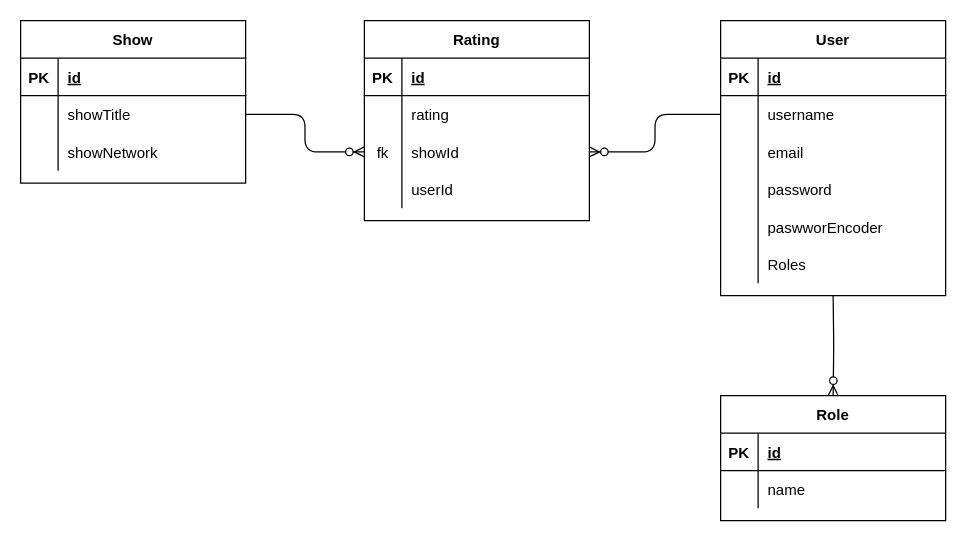
The draw.io diagram diagramaSistemaIMDb.drawio in Rodrigo-Alonso/jfs_M5_SPRING_SistemaIMDb, before the edit. Source tidied: cells renumbered, new cells numbered last; positions are measured from the earlier drawing's top-left corner, leaving out a move shared by most shapes. Both pictures are drawn from the tidied source at 125%, with x=0, y=0 at pixel (20, 20).
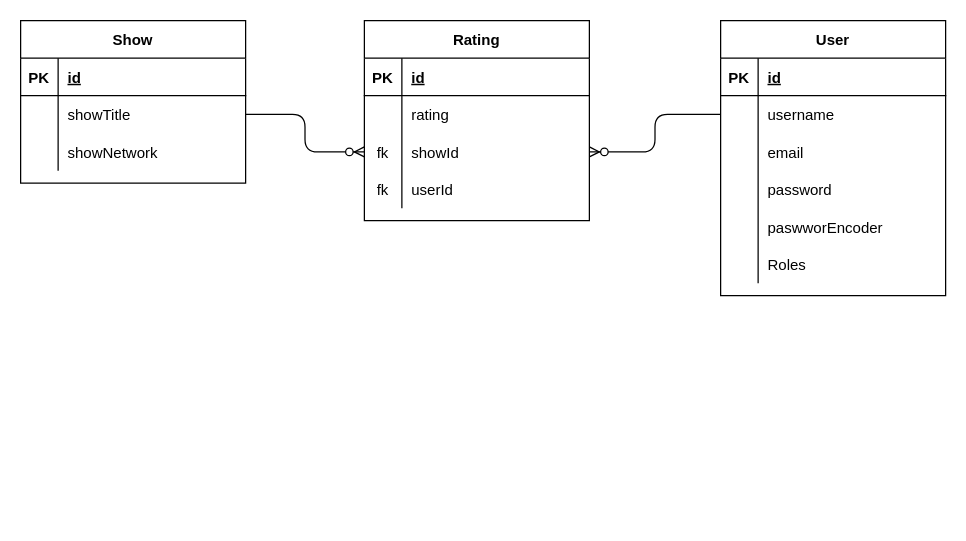
The same page after the edit.

The change refers to these unchanged cells:
```xml
<mxCell id="41" style="shape=partialRectangle;fillColor=none;top=0;left=0;bottom=0;right=0;" parent="31" vertex="1">
  <mxGeometry y="120" width="180" height="30" as="geometry" />
</mxCell>
```

The edit, as a diff of the source:
```diff
@@
-    <mxCell id="42" style="shape=partialRectangle;fillColor=none;top=0;left=0;bottom=0;right=0;overflow=hidden;" parent="41" vertex="1">
+    <mxCell id="42" value="fk" style="shape=partialRectangle;fillColor=none;top=0;left=0;bottom=0;right=0;overflow=hidden;" parent="41" vertex="1">
       <mxGeometry width="30" height="30" as="geometry" />
     </mxCell>
@@
-    <mxCell id="44" value="Role" style="shape=table;startSize=30;childLayout=tableLayout;rowLines=0;fontStyle=1;align=center;" parent="1" vertex="1">
-      <mxGeometry x="560" y="300" width="180" height="100" as="geometry" />
-    </mxCell>
-    <mxCell id="45" style="shape=partialRectangle;fillColor=none;top=0;left=0;bottom=1;right=0;" parent="44" vertex="1">
-      <mxGeometry y="30" width="180" height="30" as="geometry" />
-    </mxCell>
-    <mxCell id="46" value="PK" style="shape=partialRectangle;fillColor=none;top=0;left=0;bottom=0;right=0;fontStyle=1;overflow=hidden;" parent="45" vertex="1">
-      <mxGeometry width="30" height="30" as="geometry" />
-    </mxCell>
-    <mxCell id="47" value="id" style="shape=partialRectangle;fillColor=none;top=0;left=0;bottom=0;right=0;align=left;spacingLeft=6;fontStyle=5;overflow=hidden;" parent="45" vertex="1">
-      <mxGeometry x="30" width="150" height="30" as="geometry" />
-    </mxCell>
-    <mxCell id="48" style="shape=partialRectangle;fillColor=none;top=0;left=0;bottom=0;right=0;" parent="44" vertex="1">
-      <mxGeometry y="60" width="180" height="30" as="geometry" />
-    </mxCell>
-    <mxCell id="49" style="shape=partialRectangle;fillColor=none;top=0;left=0;bottom=0;right=0;overflow=hidden;" parent="48" vertex="1">
-      <mxGeometry width="30" height="30" as="geometry" />
-    </mxCell>
-    <mxCell id="50" value="name" style="shape=partialRectangle;fillColor=none;top=0;left=0;bottom=0;right=0;align=left;spacingLeft=6;overflow=hidden;" parent="48" vertex="1">
-      <mxGeometry x="30" width="150" height="30" as="geometry" />
-    </mxCell>
-    <mxCell id="51" style="edgeStyle=orthogonalEdgeStyle;fontSize=12;html=1;endArrow=ERzeroToMany;endFill=1;entryX=0.5;entryY=0;entryDx=0;entryDy=0;" parent="1" edge="1" target="44">
-      <mxGeometry relative="1" as="geometry">
-        <mxPoint x="650" y="220" as="sourcePoint" />
-      </mxGeometry>
-    </mxCell>
```
